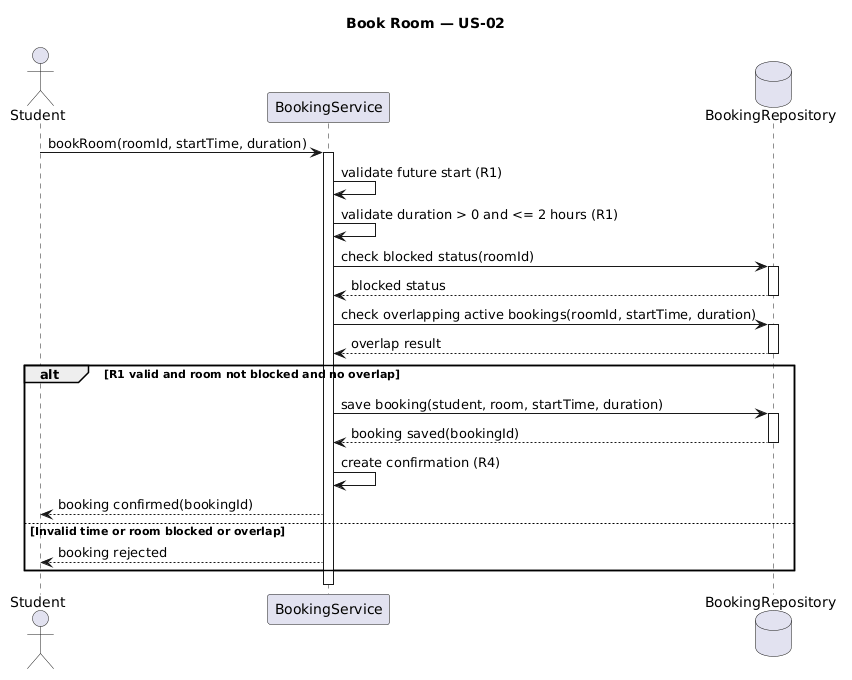
The PlantUML diagram week-04/models/img/sequence.png in perizatzhengiskyzy/se-practice, before a commit. Its diagram source:
```plantuml
@startuml
title Book Room — US-02

actor Student
participant BookingService
database BookingRepository

Student -> BookingService : bookRoom(roomId, startTime, duration)
activate BookingService

BookingService -> BookingService : validate future start (R1)
BookingService -> BookingService : validate duration > 0 and <= 2 hours (R1)

BookingService -> BookingRepository : check blocked status(roomId)
activate BookingRepository
BookingRepository --> BookingService : blocked status
deactivate BookingRepository

BookingService -> BookingRepository : check overlapping active bookings(roomId, startTime, duration)
activate BookingRepository
BookingRepository --> BookingService : overlap result
deactivate BookingRepository

alt R1 valid and room not blocked and no overlap
    BookingService -> BookingRepository : save booking(student, room, startTime, duration)
    activate BookingRepository
    BookingRepository --> BookingService : booking saved(bookingId)
    deactivate BookingRepository

    BookingService -> BookingService : create confirmation (R4)
    BookingService --> Student : booking confirmed(bookingId)
else Invalid time or room blocked or overlap
    BookingService --> Student : booking rejected
end

deactivate BookingService
@enduml
```
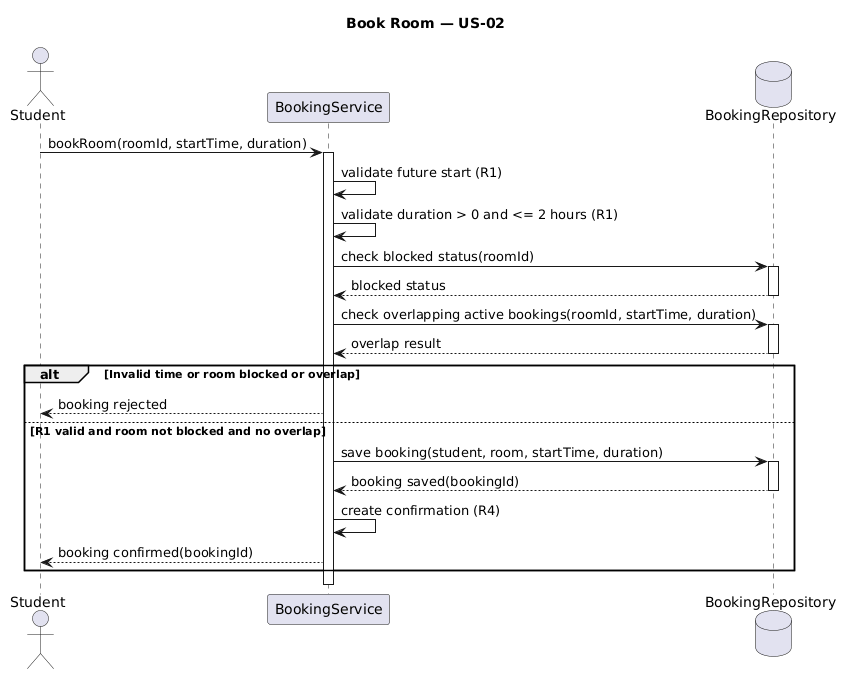
After the commit.

Commit message:
week-04: complete UML modeling practice

The edit, as a diff of the source:
```diff
@@ -21,7 +21,9 @@
 BookingRepository --> BookingService : overlap result
 deactivate BookingRepository
 
-alt R1 valid and room not blocked and no overlap
+alt Invalid time or room blocked or overlap
+    BookingService --> Student : booking rejected
+else R1 valid and room not blocked and no overlap
     BookingService -> BookingRepository : save booking(student, room, startTime, duration)
     activate BookingRepository
     BookingRepository --> BookingService : booking saved(bookingId)
@@ -29,8 +31,6 @@
 
     BookingService -> BookingService : create confirmation (R4)
     BookingService --> Student : booking confirmed(bookingId)
-else Invalid time or room blocked or overlap
-    BookingService --> Student : booking rejected
 end
 
 deactivate BookingService
```
